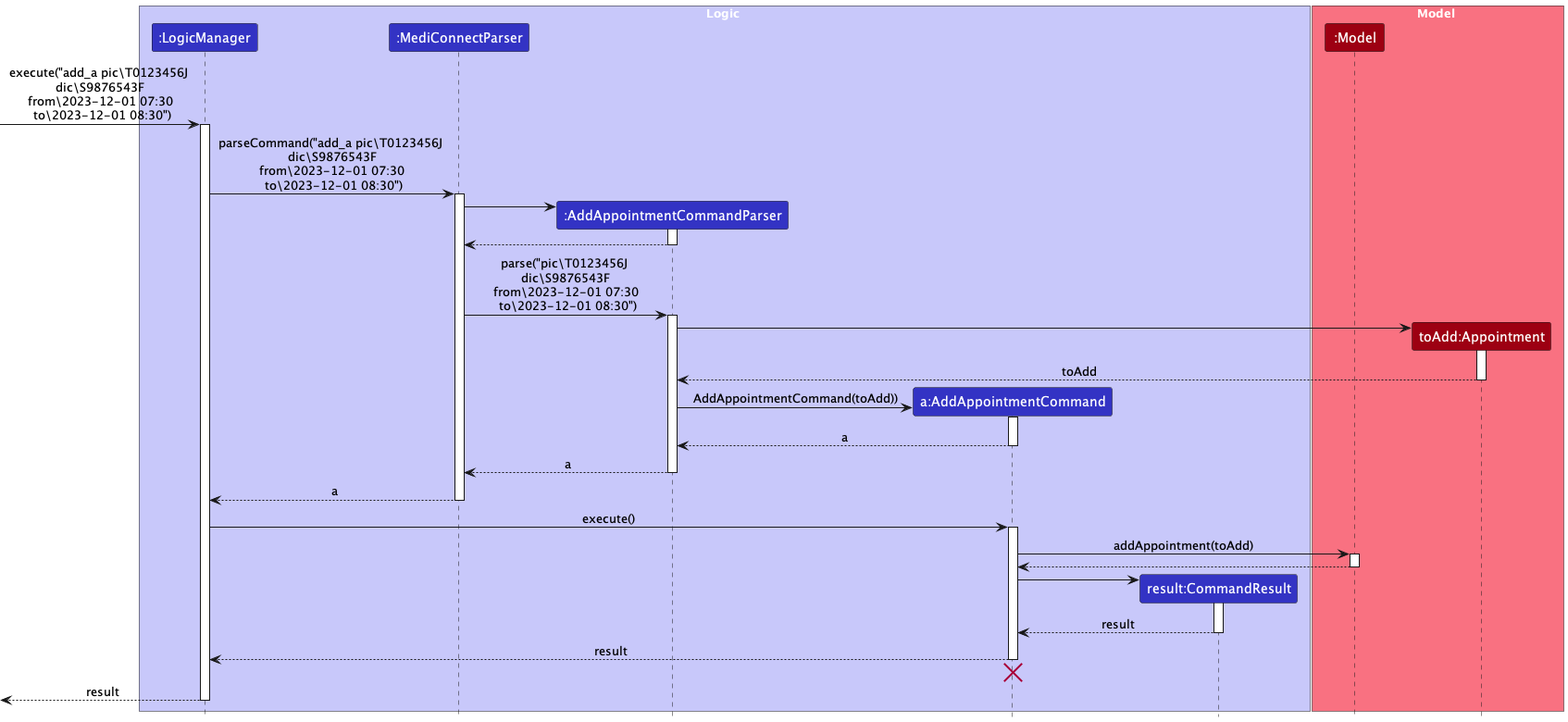
The PlantUML diagram docs/images/AddAppointmentSequenceDiagram.png in yanghengtang/tp, before a commit.
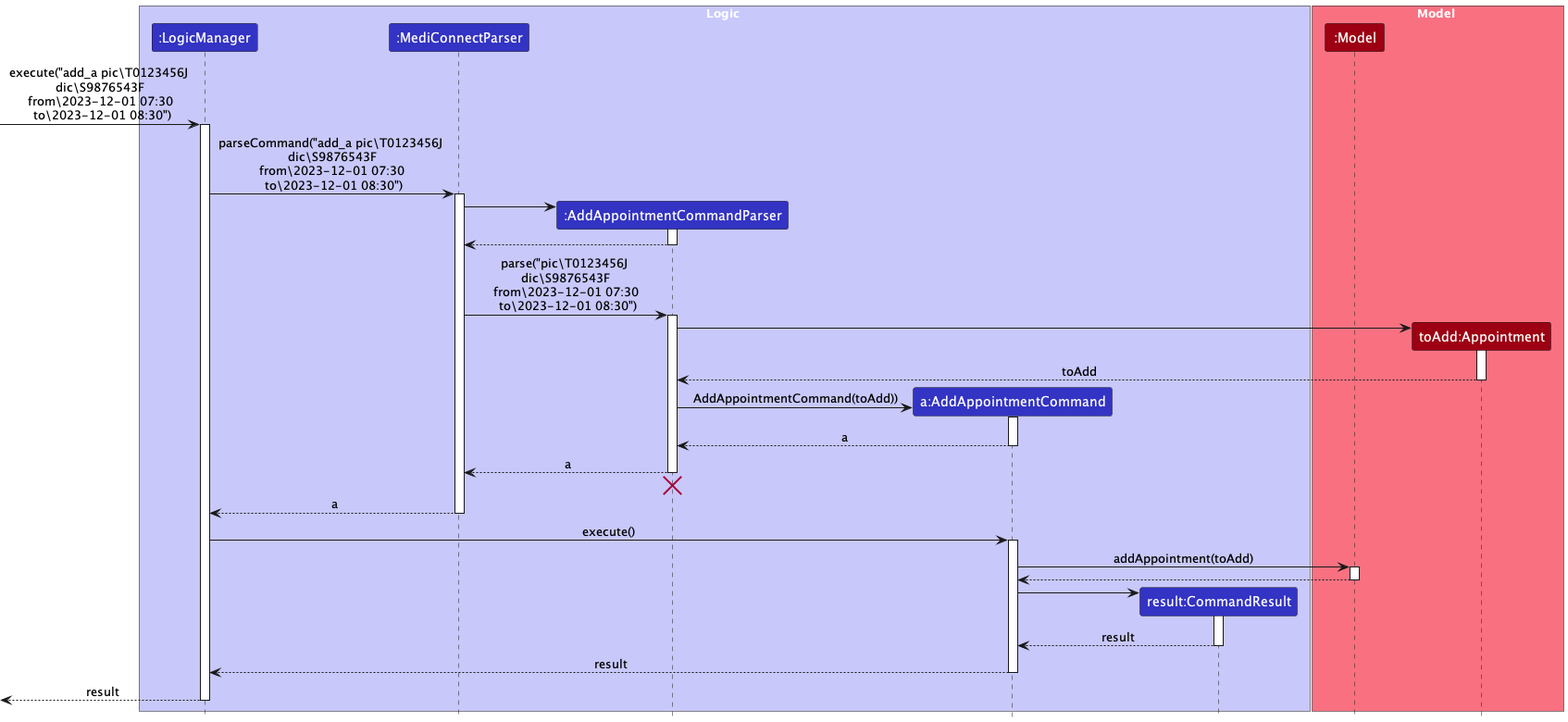
Above is the later version.

The edit, as a diff of the source:
```diff
@@ -47,6 +47,8 @@
 
 AddAppointmentCommandParser --> MediConnectParser : a
 deactivate AddAppointmentCommandParser
+AddAppointmentCommandParser -[hidden]-> MediConnectParser
+destroy AddAppointmentCommandParser
 
 MediConnectParser --> LogicManager : a
 deactivate MediConnectParser
@@ -69,8 +71,7 @@
 
 AddAppointmentCommand --> LogicManager : result
 deactivate AddAppointmentCommand
-AddAppointmentCommand -[hidden]-> Model
-destroy AddAppointmentCommand
+
 
 [<--LogicManager : result
 deactivate LogicManager
```
